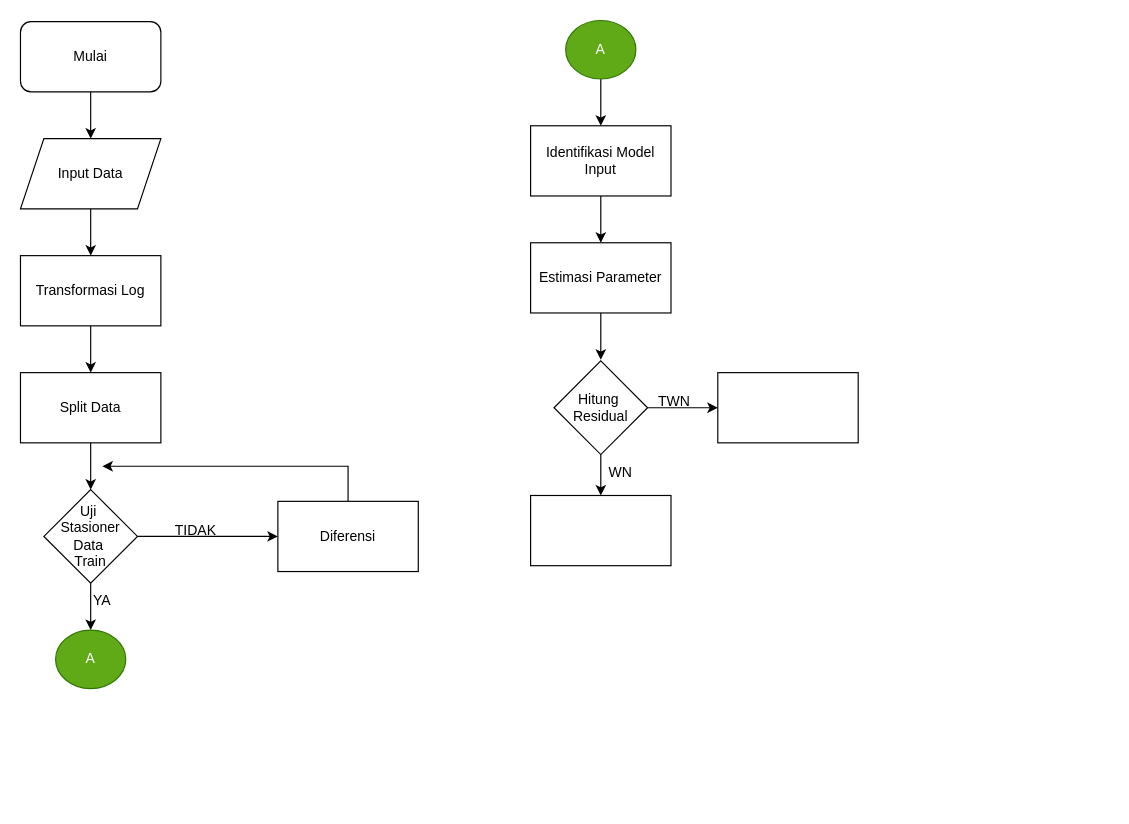
ahmaddshbg-blip/Topstat keeps this draw.io diagram as Diagram Tanpa Judul.drawio. Above is the earlier version. Source tidied: cells renumbered, new cells numbered last; positions are measured from the earlier drawing's top-left corner, leaving out a move shared by most shapes. Both pictures are drawn from the tidied source at 117%, with x=0, y=0 at pixel (20, 20).
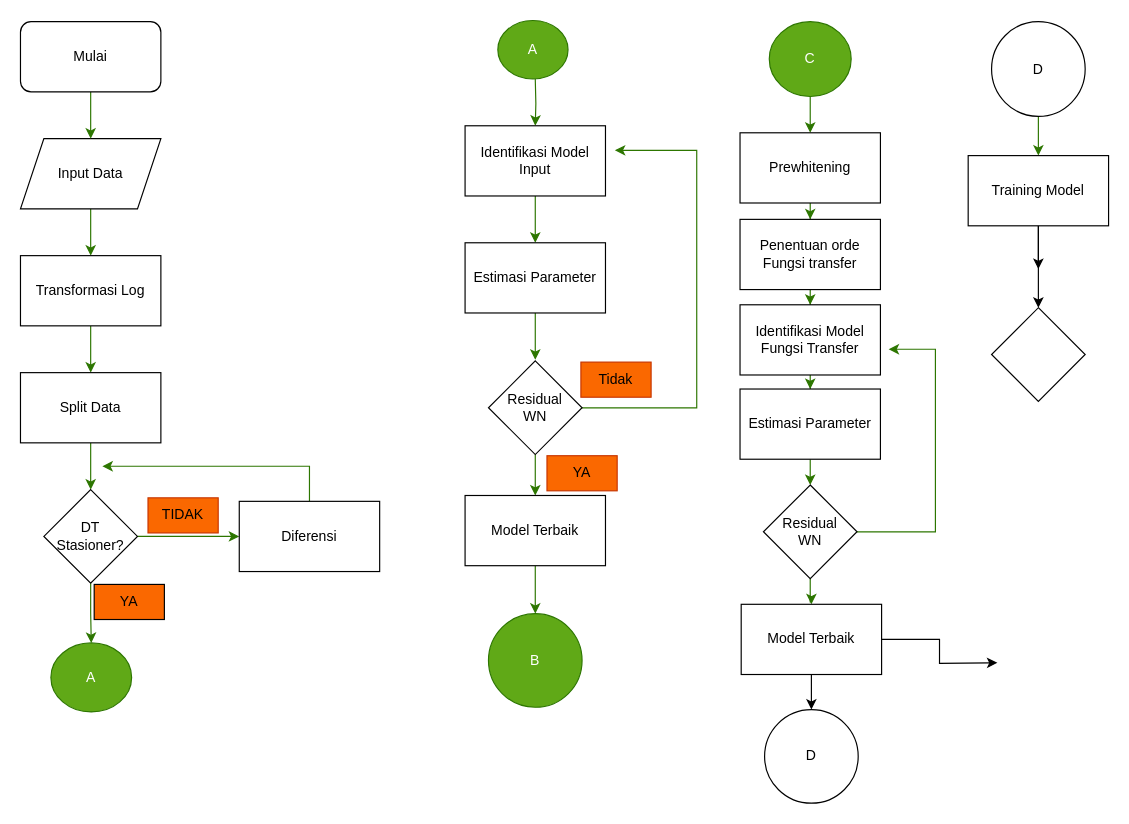
After the change.

Unchanged cells that the change refers to:
```xml
<mxCell id="3" value="Input Data" style="shape=parallelogram;perimeter=parallelogramPerimeter;whiteSpace=wrap;html=1;fixedSize=1;" parent="1" vertex="1">
  <mxGeometry y="101" width="120" height="60" as="geometry" />
</mxCell>
<mxCell id="5" value="Transformasi Log" style="rounded=0;whiteSpace=wrap;html=1;" parent="1" vertex="1">
  <mxGeometry y="201" width="120" height="60" as="geometry" />
</mxCell>
<mxCell id="7" value="Split Data" style="whiteSpace=wrap;html=1;rounded=0;" parent="1" vertex="1">
  <mxGeometry y="301" width="120" height="60" as="geometry" />
</mxCell>
<mxCell id="16" value="Mulai" style="rounded=1;whiteSpace=wrap;html=1;" parent="1" vertex="1">
  <mxGeometry y="1" width="120" height="60" as="geometry" />
</mxCell>
```

Diff of the diagram source:
```diff
@@
-<mxGraphModel>
+<mxGraphModel background="light-dark(#FFFFFF,#FFFFFF)">
@@
-    <mxCell id="2" style="edgeStyle=orthogonalEdgeStyle;rounded=0;jettySize=auto;html=1;" parent="1" edge="1" source="3" target="5">
+    <mxCell id="2" style="edgeStyle=orthogonalEdgeStyle;rounded=0;jettySize=auto;html=1;fillColor=#60a917;strokeColor=#2D7600;" parent="1" edge="1" source="3" target="5">
       <mxGeometry relative="1" as="geometry" />
     </mxCell>
@@
-    <mxCell id="4" style="edgeStyle=orthogonalEdgeStyle;rounded=0;jettySize=auto;html=1;" parent="1" edge="1" source="5" target="7">
+    <mxCell id="4" style="edgeStyle=orthogonalEdgeStyle;rounded=0;jettySize=auto;html=1;fillColor=#60a917;strokeColor=#2D7600;" parent="1" edge="1" source="5" target="7">
       <mxGeometry relative="1" as="geometry" />
     </mxCell>
@@
-    <mxCell id="6" style="edgeStyle=orthogonalEdgeStyle;rounded=0;jettySize=auto;html=1;" parent="1" edge="1" source="7" target="10">
+    <mxCell id="6" style="edgeStyle=orthogonalEdgeStyle;rounded=0;jettySize=auto;html=1;fillColor=#60a917;strokeColor=#2D7600;" parent="1" edge="1" source="7" target="10">
       <mxGeometry relative="1" as="geometry" />
     </mxCell>
@@
-    <mxCell id="8" style="edgeStyle=orthogonalEdgeStyle;rounded=0;jettySize=auto;html=1;" parent="1" edge="1" source="10" target="12">
+    <mxCell id="8" style="edgeStyle=orthogonalEdgeStyle;rounded=0;jettySize=auto;html=1;fillColor=#60a917;strokeColor=#2D7600;" parent="1" edge="1" source="10" target="12">
       <mxGeometry relative="1" as="geometry" />
     </mxCell>
-    <mxCell id="9" style="edgeStyle=orthogonalEdgeStyle;rounded=0;jettySize=auto;html=1;" parent="1" edge="1" source="10" target="14">
+    <mxCell id="9" style="edgeStyle=orthogonalEdgeStyle;rounded=0;jettySize=auto;html=1;fillColor=#60a917;strokeColor=#2D7600;" parent="1" edge="1" source="10" target="14">
       <mxGeometry relative="1" as="geometry" />
     </mxCell>
-    <mxCell id="10" value="Uji&amp;nbsp;&lt;div&gt;Stasioner&lt;/div&gt;&lt;div&gt;Data&amp;nbsp;&lt;/div&gt;&lt;div&gt;Train&lt;/div&gt;" style="rhombus;whiteSpace=wrap;html=1;rounded=0;" parent="1" vertex="1">
+    <mxCell id="10" value="&lt;span style=&quot;background-color: transparent; color: light-dark(rgb(0, 0, 0), rgb(255, 255, 255));&quot;&gt;&amp;nbsp;&lt;/span&gt;&lt;span style=&quot;background-color: transparent; color: light-dark(rgb(0, 0, 0), rgb(255, 255, 255));&quot;&gt;DT&amp;nbsp;&lt;/span&gt;&lt;div&gt;Stasioner?&lt;/div&gt;" style="rhombus;whiteSpace=wrap;html=1;rounded=0;" parent="1" vertex="1">
       <mxGeometry x="20" y="401" width="80" height="80" as="geometry" />
     </mxCell>
-    <mxCell id="11" style="edgeStyle=orthogonalEdgeStyle;rounded=0;jettySize=auto;html=1;exitX=0.5;exitY=0;exitDx=0;exitDy=0;" parent="1" edge="1" source="12">
+    <mxCell id="11" style="edgeStyle=orthogonalEdgeStyle;rounded=0;jettySize=auto;html=1;exitX=0.5;exitY=0;exitDx=0;exitDy=0;fillColor=#60a917;strokeColor=#2D7600;" parent="1" edge="1" source="12">
       <mxGeometry relative="1" as="geometry">
         <mxPoint x="70" y="381" as="targetPoint" />
         <Array as="points">
-          <mxPoint x="280" y="381" />
-          <mxPoint x="280" y="381" />
+          <mxPoint x="247" y="381" />
         </Array>
       </mxGeometry>
     </mxCell>
     <mxCell id="12" value="Diferensi" style="whiteSpace=wrap;html=1;rounded=0;" parent="1" vertex="1">
-      <mxGeometry x="220" y="411" width="120" height="60" as="geometry" />
+      <mxGeometry x="187" y="411" width="120" height="60" as="geometry" />
     </mxCell>
-    <mxCell id="13" value="TIDAK" style="text;html=1;whiteSpace=wrap;strokeColor=none;fillColor=none;align=center;verticalAlign=middle;rounded=0;" parent="1" vertex="1">
-      <mxGeometry x="120" y="421" width="60" height="30" as="geometry" />
+    <mxCell id="13" value="TIDAK" style="text;html=1;whiteSpace=wrap;strokeColor=#C73500;fillColor=#fa6800;align=center;verticalAlign=middle;rounded=0;fontColor=#000000;" parent="1" vertex="1">
+      <mxGeometry x="109" y="408" width="60" height="30" as="geometry" />
     </mxCell>
     <mxCell id="14" value="A" style="ellipse;whiteSpace=wrap;html=1;rounded=0;fillColor=#60a917;fontColor=#ffffff;strokeColor=#2D7600;" parent="1" vertex="1">
-      <mxGeometry x="30" y="521" width="60" height="50" as="geometry" />
+      <mxGeometry x="26" y="532" width="69" height="59" as="geometry" />
     </mxCell>
-    <mxCell id="15" style="edgeStyle=orthogonalEdgeStyle;rounded=0;jettySize=auto;html=1;" parent="1" edge="1" source="16" target="3">
+    <mxCell id="15" style="edgeStyle=orthogonalEdgeStyle;rounded=0;jettySize=auto;html=1;strokeColor=#2D7600;fillColor=#60a917;" parent="1" edge="1" source="16" target="3">
       <mxGeometry relative="1" as="geometry" />
     </mxCell>
@@
-    <mxCell id="17" value="YA" style="text;html=1;whiteSpace=wrap;strokeColor=none;fillColor=none;align=center;verticalAlign=middle;rounded=0;" parent="1" vertex="1">
-      <mxGeometry x="40" y="481" width="60" height="30" as="geometry" />
+    <mxCell id="17" value="YA" style="text;html=1;whiteSpace=wrap;strokeColor=default;fillColor=#fa6800;align=center;verticalAlign=middle;rounded=0;fontColor=#000000;" parent="1" vertex="1">
+      <mxGeometry x="63" y="482" width="60" height="30" as="geometry" />
     </mxCell>
-    <mxCell id="18" style="edgeStyle=orthogonalEdgeStyle;rounded=0;jettySize=auto;html=1;" parent="1" edge="1" source="19" target="21">
-      <mxGeometry relative="1" as="geometry" />
+    <mxCell id="18" style="edgeStyle=orthogonalEdgeStyle;rounded=0;jettySize=auto;html=1;fillColor=#60a917;strokeColor=#2D7600;" parent="1" edge="1" target="21">
+      <mxGeometry relative="1" as="geometry">
+        <mxPoint x="440" y="50" as="sourcePoint" />
+      </mxGeometry>
     </mxCell>
     <mxCell id="19" value="A" style="ellipse;whiteSpace=wrap;html=1;rounded=0;fillColor=#60a917;fontColor=#ffffff;strokeColor=#2D7600;" parent="1" vertex="1">
-      <mxGeometry x="466" width="60" height="50" as="geometry" />
+      <mxGeometry x="408" width="60" height="50" as="geometry" />
     </mxCell>
-    <mxCell id="20" style="edgeStyle=orthogonalEdgeStyle;rounded=0;jettySize=auto;html=1;" parent="1" edge="1" source="21" target="23">
+    <mxCell id="20" style="edgeStyle=orthogonalEdgeStyle;rounded=0;jettySize=auto;html=1;fillColor=#60a917;strokeColor=#2D7600;" parent="1" edge="1" source="21" target="23">
       <mxGeometry relative="1" as="geometry" />
     </mxCell>
     <mxCell id="21" value="Identifikasi Model&lt;div&gt;Input&lt;/div&gt;" style="whiteSpace=wrap;html=1;rounded=0;" parent="1" vertex="1">
-      <mxGeometry x="436" y="90" width="120" height="60" as="geometry" />
+      <mxGeometry x="380" y="90" width="120" height="60" as="geometry" />
     </mxCell>
-    <mxCell id="22" style="edgeStyle=orthogonalEdgeStyle;rounded=0;jettySize=auto;html=1;" parent="1" edge="1" source="23">
+    <mxCell id="22" style="edgeStyle=orthogonalEdgeStyle;rounded=0;jettySize=auto;html=1;fillColor=#60a917;strokeColor=#2D7600;" parent="1" edge="1" source="23">
       <mxGeometry relative="1" as="geometry">
-        <mxPoint x="496" y="290" as="targetPoint" />
+        <mxPoint x="440" y="290" as="targetPoint" />
       </mxGeometry>
     </mxCell>
     <mxCell id="23" value="Estimasi Parameter" style="whiteSpace=wrap;html=1;rounded=0;" parent="1" vertex="1">
-      <mxGeometry x="436" y="190" width="120" height="60" as="geometry" />
+      <mxGeometry x="380" y="190" width="120" height="60" as="geometry" />
     </mxCell>
-    <mxCell id="24" style="edgeStyle=orthogonalEdgeStyle;rounded=0;jettySize=auto;html=1;" parent="1" edge="1" source="26" target="27">
+    <mxCell id="24" style="edgeStyle=orthogonalEdgeStyle;rounded=0;jettySize=auto;html=1;fillColor=#60a917;strokeColor=#2D7600;" parent="1" edge="1" source="26" target="27">
       <mxGeometry relative="1" as="geometry" />
     </mxCell>
-    <mxCell id="25" style="edgeStyle=orthogonalEdgeStyle;rounded=0;jettySize=auto;html=1;" parent="1" edge="1" source="26" target="28">
-      <mxGeometry relative="1" as="geometry" />
+    <mxCell id="25" style="edgeStyle=orthogonalEdgeStyle;rounded=0;orthogonalLoop=1;jettySize=auto;html=1;fillColor=#60a917;strokeColor=#2D7600;" parent="1" edge="1">
+      <mxGeometry relative="1" as="geometry">
+        <mxPoint x="467.9" y="331.1" as="sourcePoint" />
+        <mxPoint x="508" y="111" as="targetPoint" />
+        <Array as="points">
+          <mxPoint x="578" y="331" />
+          <mxPoint x="578" y="111" />
+        </Array>
+      </mxGeometry>
     </mxCell>
-    <mxCell id="26" value="Hitung&amp;nbsp;&lt;div&gt;Residual&lt;/div&gt;" style="rhombus;whiteSpace=wrap;html=1;rounded=0;" parent="1" vertex="1">
-      <mxGeometry x="456" y="291" width="80" height="80" as="geometry" />
+    <mxCell id="26" value="Residual&lt;div&gt;WN&lt;/div&gt;" style="rhombus;whiteSpace=wrap;html=1;rounded=0;" parent="1" vertex="1">
+      <mxGeometry x="400" y="291" width="80" height="80" as="geometry" />
     </mxCell>
+    <mxCell id="31" style="edgeStyle=orthogonalEdgeStyle;rounded=0;jettySize=auto;html=1;fillColor=#60a917;strokeColor=#2D7600;" parent="1" edge="1" source="27" target="32">
+      <mxGeometry relative="1" as="geometry" />
+    </mxCell>
-    <mxCell id="27" style="whiteSpace=wrap;html=1;rounded=0;" parent="1" vertex="1">
-      <mxGeometry x="436" y="406" width="120" height="60" as="geometry" />
+    <mxCell id="27" value="Model Terbaik" style="whiteSpace=wrap;html=1;rounded=0;" parent="1" vertex="1">
+      <mxGeometry x="380" y="406" width="120" height="60" as="geometry" />
     </mxCell>
-    <mxCell id="28" style="whiteSpace=wrap;html=1;rounded=0;" parent="1" vertex="1">
-      <mxGeometry x="596" y="301" width="120" height="60" as="geometry" />
-    </mxCell>
-    <mxCell id="29" value="TWN" style="text;html=1;whiteSpace=wrap;strokeColor=none;fillColor=none;align=center;verticalAlign=middle;rounded=0;" parent="1" vertex="1">
-      <mxGeometry x="529" y="311" width="60" height="30" as="geometry" />
+    <mxCell id="29" value="Tidak" style="text;html=1;whiteSpace=wrap;strokeColor=#C73500;fillColor=#fa6800;align=center;verticalAlign=middle;rounded=0;fontColor=#000000;" parent="1" vertex="1">
+      <mxGeometry x="479" y="292" width="60" height="30" as="geometry" />
     </mxCell>
-    <mxCell id="30" value="WN" style="text;html=1;whiteSpace=wrap;strokeColor=none;fillColor=none;align=center;verticalAlign=middle;rounded=0;" parent="1" vertex="1">
-      <mxGeometry x="483" y="372" width="60" height="30" as="geometry" />
+    <mxCell id="30" value="YA" style="text;html=1;whiteSpace=wrap;strokeColor=#C73500;fillColor=#fa6800;align=center;verticalAlign=middle;rounded=0;fontColor=#000000;" parent="1" vertex="1">
+      <mxGeometry x="450" y="372" width="60" height="30" as="geometry" />
     </mxCell>
+    <mxCell id="32" value="B" style="ellipse;whiteSpace=wrap;html=1;rounded=0;fillColor=#60a917;fontColor=#ffffff;strokeColor=#2D7600;" parent="1" vertex="1">
+      <mxGeometry x="400" y="507" width="80" height="80" as="geometry" />
+    </mxCell>
+    <mxCell id="33" style="edgeStyle=orthogonalEdgeStyle;rounded=0;jettySize=auto;html=1;fillColor=#60a917;strokeColor=#2D7600;" parent="1" edge="1" source="34" target="36">
+      <mxGeometry relative="1" as="geometry" />
+    </mxCell>
+    <mxCell id="34" value="C" style="ellipse;whiteSpace=wrap;html=1;fillColor=#60a917;fontColor=#ffffff;strokeColor=#2D7600;" parent="1" vertex="1">
+      <mxGeometry x="640" y="1" width="70" height="64" as="geometry" />
+    </mxCell>
+    <mxCell id="35" style="edgeStyle=orthogonalEdgeStyle;rounded=0;jettySize=auto;html=1;fillColor=#60a917;strokeColor=#2D7600;" parent="1" edge="1" source="36" target="38">
+      <mxGeometry relative="1" as="geometry" />
+    </mxCell>
+    <mxCell id="36" value="Prewhitening" style="whiteSpace=wrap;html=1;" parent="1" vertex="1">
+      <mxGeometry x="615" y="96" width="120" height="60" as="geometry" />
+    </mxCell>
+    <mxCell id="37" style="edgeStyle=orthogonalEdgeStyle;rounded=0;jettySize=auto;html=1;fillColor=#60a917;strokeColor=#2D7600;" parent="1" edge="1" source="38" target="40">
+      <mxGeometry relative="1" as="geometry" />
+    </mxCell>
+    <mxCell id="38" value="Penentuan orde Fungsi transfer" style="whiteSpace=wrap;html=1;" parent="1" vertex="1">
+      <mxGeometry x="615" y="170" width="120" height="60" as="geometry" />
+    </mxCell>
+    <mxCell id="39" style="edgeStyle=orthogonalEdgeStyle;rounded=0;jettySize=auto;html=1;fillColor=#60a917;strokeColor=#2D7600;" parent="1" edge="1" source="40" target="42">
+      <mxGeometry relative="1" as="geometry" />
+    </mxCell>
+    <mxCell id="40" value="Identifikasi Model&lt;div&gt;Fungsi Transfer&lt;/div&gt;" style="whiteSpace=wrap;html=1;" parent="1" vertex="1">
+      <mxGeometry x="615" y="243" width="120" height="60" as="geometry" />
+    </mxCell>
+    <mxCell id="41" style="edgeStyle=orthogonalEdgeStyle;rounded=0;jettySize=auto;html=1;fillColor=#60a917;strokeColor=#2D7600;" parent="1" edge="1" source="42" target="45">
+      <mxGeometry relative="1" as="geometry" />
+    </mxCell>
+    <mxCell id="42" value="Estimasi Parameter" style="whiteSpace=wrap;html=1;" parent="1" vertex="1">
+      <mxGeometry x="615" y="315" width="120" height="60" as="geometry" />
+    </mxCell>
+    <mxCell id="43" style="edgeStyle=orthogonalEdgeStyle;rounded=0;orthogonalLoop=1;jettySize=auto;html=1;fillColor=#60a917;strokeColor=#2D7600;" parent="1" edge="1">
+      <mxGeometry relative="1" as="geometry">
+        <mxPoint x="696.9" y="437.1" as="sourcePoint" />
+        <mxPoint x="742" y="281" as="targetPoint" />
+        <Array as="points">
+          <mxPoint x="782" y="437" />
+          <mxPoint x="782" y="281" />
+          <mxPoint x="742" y="281" />
+        </Array>
+      </mxGeometry>
+    </mxCell>
+    <mxCell id="44" style="edgeStyle=orthogonalEdgeStyle;rounded=0;jettySize=auto;html=1;fillColor=#60a917;strokeColor=#2D7600;" parent="1" edge="1" source="45" target="48">
+      <mxGeometry relative="1" as="geometry" />
+    </mxCell>
+    <mxCell id="45" value="Residual&lt;div&gt;WN&lt;/div&gt;" style="rhombus;whiteSpace=wrap;html=1;" parent="1" vertex="1">
+      <mxGeometry x="635" y="397" width="80" height="80" as="geometry" />
+    </mxCell>
+    <mxCell id="46" style="edgeStyle=orthogonalEdgeStyle;rounded=0;jettySize=auto;html=1;" parent="1" edge="1" source="48">
+      <mxGeometry relative="1" as="geometry">
+        <mxPoint x="835" y="549" as="targetPoint" />
+      </mxGeometry>
+    </mxCell>
+    <mxCell id="47" style="edgeStyle=orthogonalEdgeStyle;rounded=0;jettySize=auto;html=1;" parent="1" edge="1" source="48" target="49">
+      <mxGeometry relative="1" as="geometry" />
+    </mxCell>
+    <mxCell id="48" value="Model Terbaik" style="whiteSpace=wrap;html=1;" parent="1" vertex="1">
+      <mxGeometry x="616" y="499" width="120" height="60" as="geometry" />
+    </mxCell>
+    <mxCell id="49" value="D" style="ellipse;whiteSpace=wrap;html=1;" parent="1" vertex="1">
+      <mxGeometry x="636" y="589" width="80" height="80" as="geometry" />
+    </mxCell>
+    <mxCell id="50" style="edgeStyle=orthogonalEdgeStyle;rounded=0;jettySize=auto;html=1;fillColor=#60a917;strokeColor=#2D7600;" parent="1" edge="1" source="51" target="54">
+      <mxGeometry relative="1" as="geometry" />
+    </mxCell>
+    <mxCell id="51" value="D" style="ellipse;whiteSpace=wrap;html=1;" parent="1" vertex="1">
+      <mxGeometry x="830" y="1" width="80" height="81" as="geometry" />
+    </mxCell>
+    <mxCell id="52" style="edgeStyle=orthogonalEdgeStyle;rounded=0;jettySize=auto;html=1;" parent="1" edge="1" source="54">
+      <mxGeometry relative="1" as="geometry">
+        <mxPoint x="870" y="212.5" as="targetPoint" />
+      </mxGeometry>
+    </mxCell>
+    <mxCell id="53" style="edgeStyle=orthogonalEdgeStyle;rounded=0;jettySize=auto;html=1;" parent="1" edge="1" source="54" target="55">
+      <mxGeometry relative="1" as="geometry" />
+    </mxCell>
+    <mxCell id="54" value="Training Model" style="whiteSpace=wrap;html=1;" parent="1" vertex="1">
+      <mxGeometry x="810" y="115.5" width="120" height="60" as="geometry" />
+    </mxCell>
+    <mxCell id="55" style="rhombus;whiteSpace=wrap;html=1;" parent="1" vertex="1">
+      <mxGeometry x="830" y="245.5" width="80" height="80" as="geometry" />
+    </mxCell>
```
